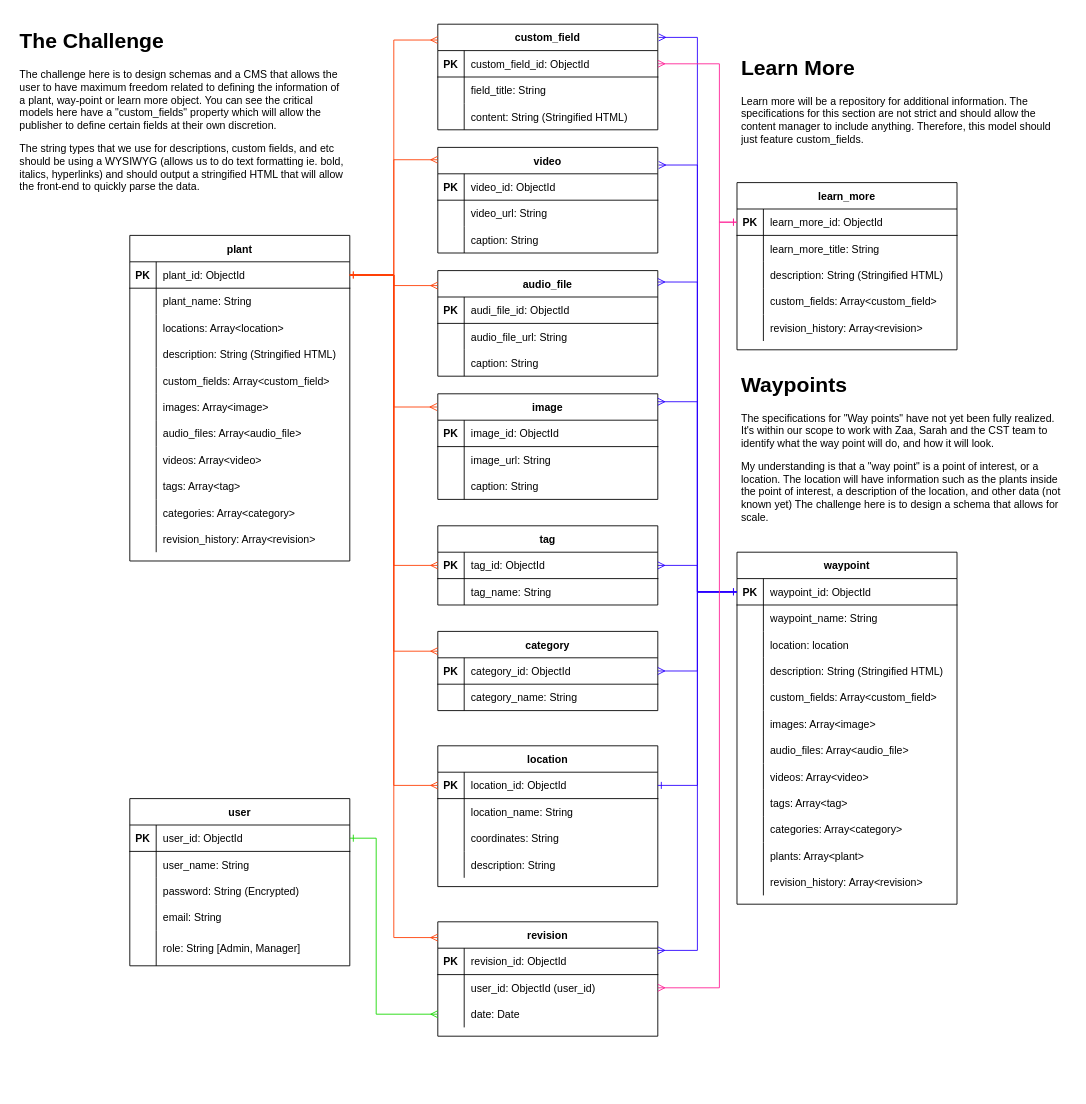
Before: planning/database/ERD/ERD.drawio in BCIT-SSD-2020-21/indigenous-plant-go-cms-client, a draw.io diagram. Source tidied: cells renumbered, new cells numbered last; positions are measured from the earlier drawing's top-left corner, leaving out a move shared by most shapes. Both pictures are drawn from the tidied source at 88%, with x=0, y=0 at pixel (15, 24).
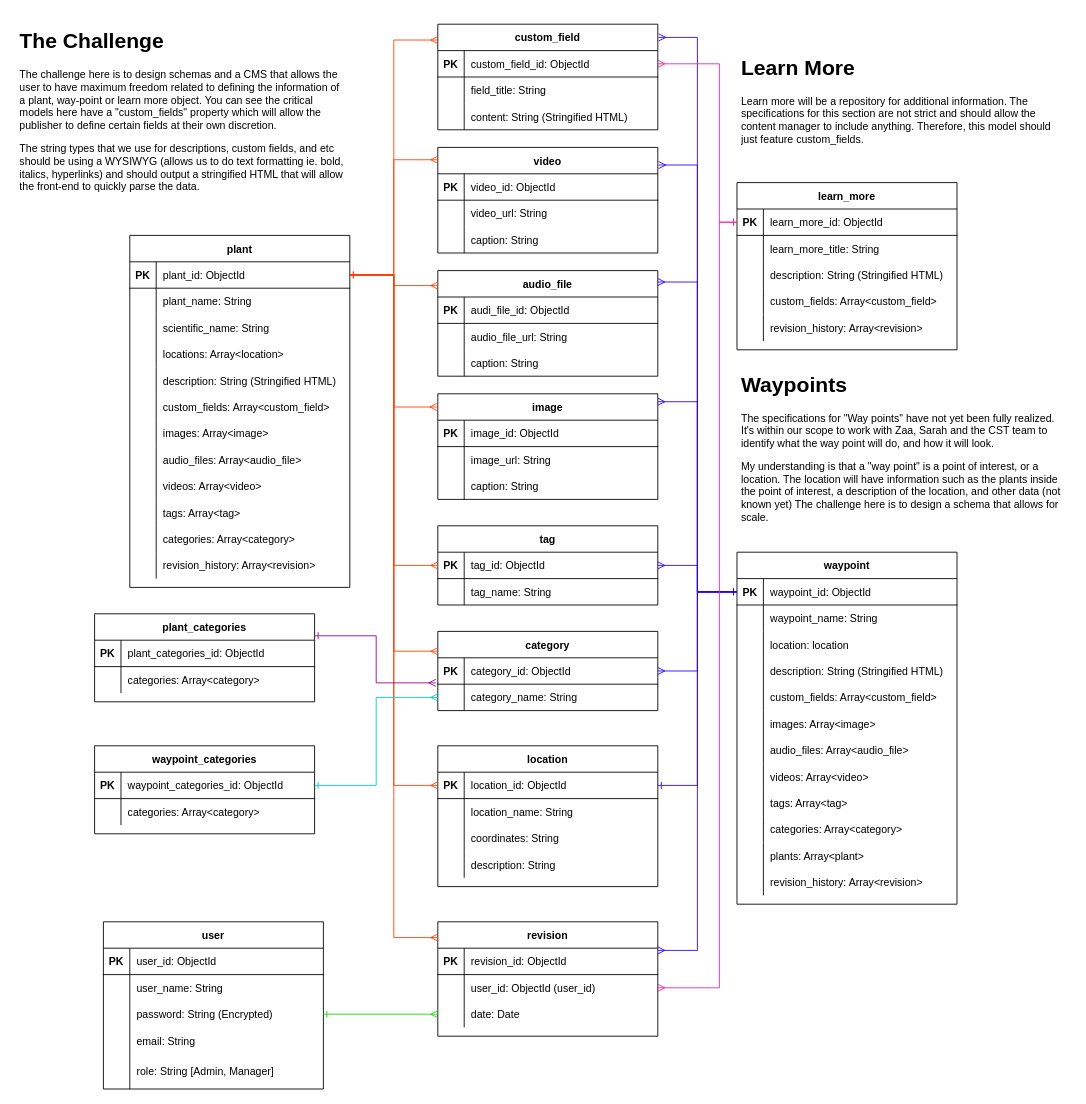
Above is the later version.

Unchanged cells that the change refers to:
```xml
<mxCell id="92" style="shape=partialRectangle;fillColor=none;points=[[0,0.5],[1,0.5]];portConstraint=eastwest;top=0;left=0;right=0;bottom=0;" parent="88" vertex="1">
  <mxGeometry y="60" width="250" height="30" as="geometry" />
</mxCell>
<mxCell id="175" style="shape=partialRectangle;fillColor=none;points=[[0,0.5],[1,0.5]];portConstraint=eastwest;top=0;left=0;right=0;bottom=1;" parent="174" vertex="1">
  <mxGeometry y="30" width="250" height="30" as="geometry" />
</mxCell>
<mxCell id="197" style="shape=partialRectangle;fillColor=none;points=[[0,0.5],[1,0.5]];portConstraint=eastwest;top=0;left=0;right=0;bottom=0;" parent="190" vertex="1">
  <mxGeometry y="90" width="250" height="30" as="geometry" />
</mxCell>
```

What changed in the source:
```diff
@@
     <mxCell id="2" value="plant" style="shape=table;startSize=30;childLayout=tableLayout;rowLines=0;fontStyle=1;align=center;" parent="1" vertex="1">
-      <mxGeometry x="130" y="240" width="250" height="370" as="geometry" />
+      <mxGeometry x="130" y="240" width="250" height="400" as="geometry" />
     </mxCell>
@@
+    <mxCell id="204" style="shape=partialRectangle;fillColor=none;top=0;left=0;right=0;bottom=0;" parent="2" vertex="1">
+      <mxGeometry y="90" width="250" height="30" as="geometry" />
+    </mxCell>
+    <mxCell id="205" style="shape=partialRectangle;overflow=hidden;fillColor=none;top=0;left=0;bottom=0;right=0;" parent="204" vertex="1">
+      <mxGeometry width="30" height="30" as="geometry" />
+    </mxCell>
+    <mxCell id="206" value="scientific_name: String" style="shape=partialRectangle;overflow=hidden;fillColor=none;top=0;left=0;bottom=0;right=0;align=left;spacingLeft=6;" parent="204" vertex="1">
+      <mxGeometry x="30" width="220" height="30" as="geometry" />
+    </mxCell>
     <mxCell id="9" style="shape=partialRectangle;fillColor=none;top=0;left=0;right=0;bottom=0;" parent="2" vertex="1">
-      <mxGeometry y="90" width="250" height="30" as="geometry" />
+      <mxGeometry y="120" width="250" height="30" as="geometry" />
     </mxCell>
@@
     <mxCell id="12" style="shape=partialRectangle;fillColor=none;top=0;left=0;right=0;bottom=0;" parent="2" vertex="1">
-      <mxGeometry y="120" width="250" height="30" as="geometry" />
+      <mxGeometry y="150" width="250" height="30" as="geometry" />
     </mxCell>
@@
     <mxCell id="15" style="shape=partialRectangle;fillColor=none;top=0;left=0;right=0;bottom=0;" parent="2" vertex="1">
-      <mxGeometry y="150" width="250" height="30" as="geometry" />
+      <mxGeometry y="180" width="250" height="30" as="geometry" />
     </mxCell>
@@
     <mxCell id="18" style="shape=partialRectangle;fillColor=none;top=0;left=0;right=0;bottom=0;" parent="2" vertex="1">
-      <mxGeometry y="180" width="250" height="30" as="geometry" />
+      <mxGeometry y="210" width="250" height="30" as="geometry" />
     </mxCell>
@@
     <mxCell id="21" style="shape=partialRectangle;fillColor=none;top=0;left=0;right=0;bottom=0;" parent="2" vertex="1">
-      <mxGeometry y="210" width="250" height="30" as="geometry" />
+      <mxGeometry y="240" width="250" height="30" as="geometry" />
     </mxCell>
@@
     <mxCell id="24" style="shape=partialRectangle;fillColor=none;top=0;left=0;right=0;bottom=0;" parent="2" vertex="1">
-      <mxGeometry y="240" width="250" height="30" as="geometry" />
+      <mxGeometry y="270" width="250" height="30" as="geometry" />
     </mxCell>
@@
     <mxCell id="27" style="shape=partialRectangle;fillColor=none;top=0;left=0;right=0;bottom=0;" parent="2" vertex="1">
-      <mxGeometry y="270" width="250" height="30" as="geometry" />
+      <mxGeometry y="300" width="250" height="30" as="geometry" />
     </mxCell>
@@
     <mxCell id="30" style="shape=partialRectangle;fillColor=none;top=0;left=0;right=0;bottom=0;" parent="2" vertex="1">
-      <mxGeometry y="300" width="250" height="30" as="geometry" />
+      <mxGeometry y="330" width="250" height="30" as="geometry" />
     </mxCell>
@@
     <mxCell id="33" style="shape=partialRectangle;fillColor=none;top=0;left=0;right=0;bottom=0;" parent="2" vertex="1">
-      <mxGeometry y="330" width="250" height="30" as="geometry" />
+      <mxGeometry y="360" width="250" height="30" as="geometry" />
     </mxCell>
@@
     <mxCell id="174" value="user" style="shape=table;startSize=30;childLayout=tableLayout;rowLines=0;fontStyle=1;align=center;" parent="1" vertex="1">
-      <mxGeometry x="130" y="880" width="250" height="190" as="geometry" />
+      <mxGeometry x="100" y="1020" width="250" height="190" as="geometry" />
     </mxCell>
@@
-    <mxCell id="203" style="edgeStyle=orthogonalEdgeStyle;rounded=0;jettySize=auto;html=1;exitX=1;exitY=0.5;exitDx=0;exitDy=0;entryX=0;entryY=0.5;entryDx=0;entryDy=0;startArrow=ERone;startFill=0;endArrow=ERmany;endFill=0;strokeColor=#1AD904;" parent="1" edge="1" source="175" target="197">
+    <mxCell id="203" style="edgeStyle=orthogonalEdgeStyle;rounded=0;jettySize=auto;html=1;entryX=0;entryY=0.5;entryDx=0;entryDy=0;startArrow=ERone;startFill=0;endArrow=ERmany;endFill=0;strokeColor=#1AD904;" parent="1" edge="1" target="197">
       <mxGeometry relative="1" as="geometry">
+        <mxPoint x="350" y="1125" as="sourcePoint" />
         <Array as="points">
-          <mxPoint x="410" y="925" />
-          <mxPoint x="410" y="1125" />
+          <mxPoint x="350" y="1125" />
         </Array>
       </mxGeometry>
     </mxCell>
+    <mxCell id="207" style="edgeStyle=orthogonalEdgeStyle;rounded=0;jettySize=auto;html=1;exitX=1;exitY=0.25;exitDx=0;exitDy=0;entryX=-0.009;entryY=-0.051;entryDx=0;entryDy=0;entryPerimeter=0;endArrow=ERmany;endFill=0;startArrow=ERone;startFill=0;strokeColor=#990099;" parent="1" edge="1" source="208" target="92">
+      <mxGeometry relative="1" as="geometry" />
+    </mxCell>
+    <mxCell id="208" value="plant_categories" style="shape=table;startSize=30;childLayout=tableLayout;rowLines=0;fontStyle=1;align=center;" parent="1" vertex="1">
+      <mxGeometry x="90" y="670" width="250" height="100" as="geometry" />
+    </mxCell>
+    <mxCell id="209" style="shape=partialRectangle;fillColor=none;top=0;left=0;right=0;bottom=1;" parent="208" vertex="1">
+      <mxGeometry y="30" width="250" height="30" as="geometry" />
+    </mxCell>
+    <mxCell id="210" value="PK" style="shape=partialRectangle;overflow=hidden;fillColor=none;top=0;left=0;bottom=0;right=0;fontStyle=1;" parent="209" vertex="1">
+      <mxGeometry width="30" height="30" as="geometry" />
+    </mxCell>
+    <mxCell id="211" value="plant_categories_id: ObjectId" style="shape=partialRectangle;overflow=hidden;fillColor=none;top=0;left=0;bottom=0;right=0;align=left;spacingLeft=6;fontStyle=0;" parent="209" vertex="1">
+      <mxGeometry x="30" width="220" height="30" as="geometry" />
+    </mxCell>
+    <mxCell id="212" style="shape=partialRectangle;fillColor=none;top=0;left=0;right=0;bottom=0;" parent="208" vertex="1">
+      <mxGeometry y="60" width="250" height="30" as="geometry" />
+    </mxCell>
+    <mxCell id="213" style="shape=partialRectangle;overflow=hidden;fillColor=none;top=0;left=0;bottom=0;right=0;" parent="212" vertex="1">
+      <mxGeometry width="30" height="30" as="geometry" />
+    </mxCell>
+    <mxCell id="214" value="categories: Array&lt;category&gt;" style="shape=partialRectangle;overflow=hidden;fillColor=none;top=0;left=0;bottom=0;right=0;align=left;spacingLeft=6;" parent="212" vertex="1">
+      <mxGeometry x="30" width="220" height="30" as="geometry" />
+    </mxCell>
+    <mxCell id="215" value="waypoint_categories" style="shape=table;startSize=30;childLayout=tableLayout;rowLines=0;fontStyle=1;align=center;" parent="1" vertex="1">
+      <mxGeometry x="90" y="820" width="250" height="100" as="geometry" />
+    </mxCell>
+    <mxCell id="216" style="shape=partialRectangle;fillColor=none;points=[[0,0.5],[1,0.5]];portConstraint=eastwest;top=0;left=0;right=0;bottom=1;" parent="215" vertex="1">
+      <mxGeometry y="30" width="250" height="30" as="geometry" />
+    </mxCell>
+    <mxCell id="217" value="PK" style="shape=partialRectangle;overflow=hidden;fillColor=none;top=0;left=0;bottom=0;right=0;fontStyle=1;" parent="216" vertex="1">
+      <mxGeometry width="30" height="30" as="geometry" />
+    </mxCell>
+    <mxCell id="218" value="waypoint_categories_id: ObjectId" style="shape=partialRectangle;overflow=hidden;fillColor=none;top=0;left=0;bottom=0;right=0;align=left;spacingLeft=6;fontStyle=0;" parent="216" vertex="1">
+      <mxGeometry x="30" width="220" height="30" as="geometry" />
+    </mxCell>
+    <mxCell id="219" style="shape=partialRectangle;fillColor=none;top=0;left=0;right=0;bottom=0;" parent="215" vertex="1">
+      <mxGeometry y="60" width="250" height="30" as="geometry" />
+    </mxCell>
+    <mxCell id="220" style="shape=partialRectangle;overflow=hidden;fillColor=none;top=0;left=0;bottom=0;right=0;" parent="219" vertex="1">
+      <mxGeometry width="30" height="30" as="geometry" />
+    </mxCell>
+    <mxCell id="221" value="categories: Array&lt;category&gt;" style="shape=partialRectangle;overflow=hidden;fillColor=none;top=0;left=0;bottom=0;right=0;align=left;spacingLeft=6;" parent="219" vertex="1">
+      <mxGeometry x="30" width="220" height="30" as="geometry" />
+    </mxCell>
+    <mxCell id="222" style="edgeStyle=orthogonalEdgeStyle;rounded=0;jettySize=auto;html=1;exitX=1;exitY=0.5;exitDx=0;exitDy=0;entryX=0;entryY=0.5;entryDx=0;entryDy=0;startArrow=ERone;startFill=0;endArrow=ERmany;endFill=0;strokeColor=#00CCCC;" parent="1" edge="1" source="216" target="92">
+      <mxGeometry relative="1" as="geometry" />
+    </mxCell>
```
